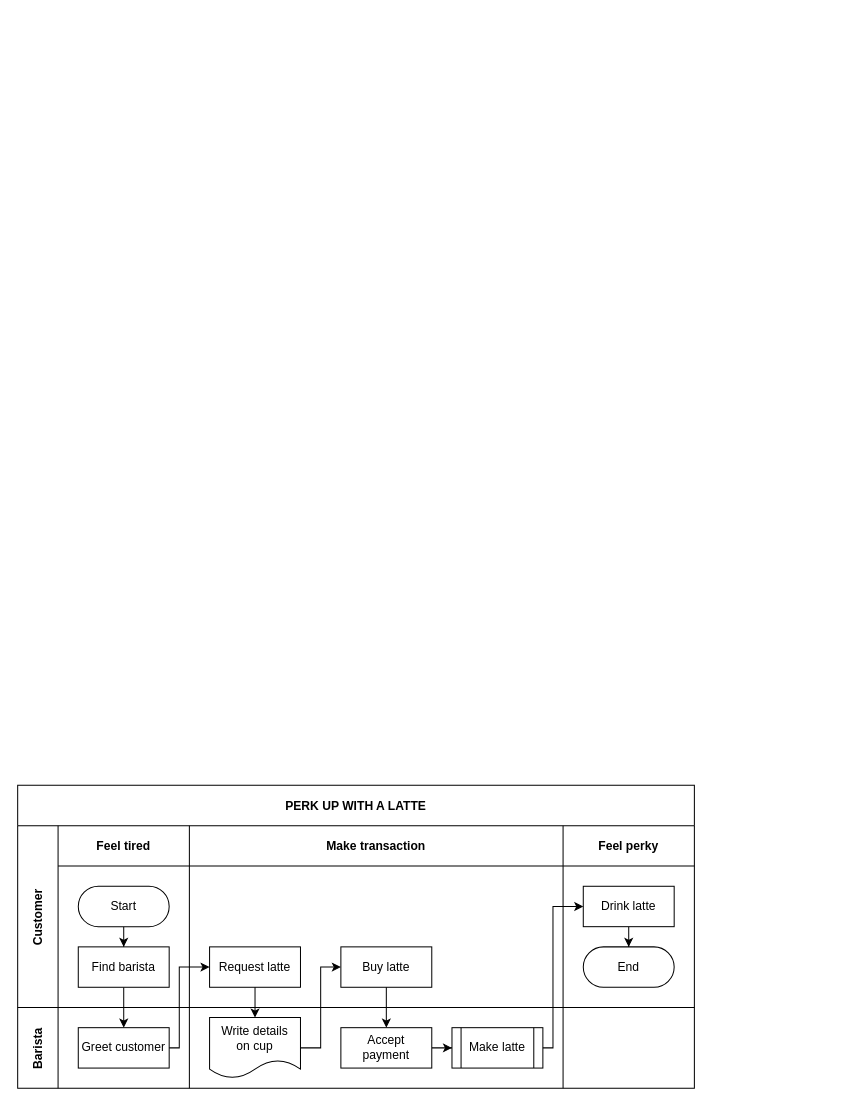
The draw.io diagram Diagrama de classe de uso1 Diagram.drawio in Ju300/teste, before the edit. Source tidied: cells renumbered, new cells numbered last; positions are measured from the earlier drawing's top-left corner, leaving out a move shared by most shapes. Both pictures are drawn from the tidied source at 101%, with x=0, y=0 at pixel (17, 785).
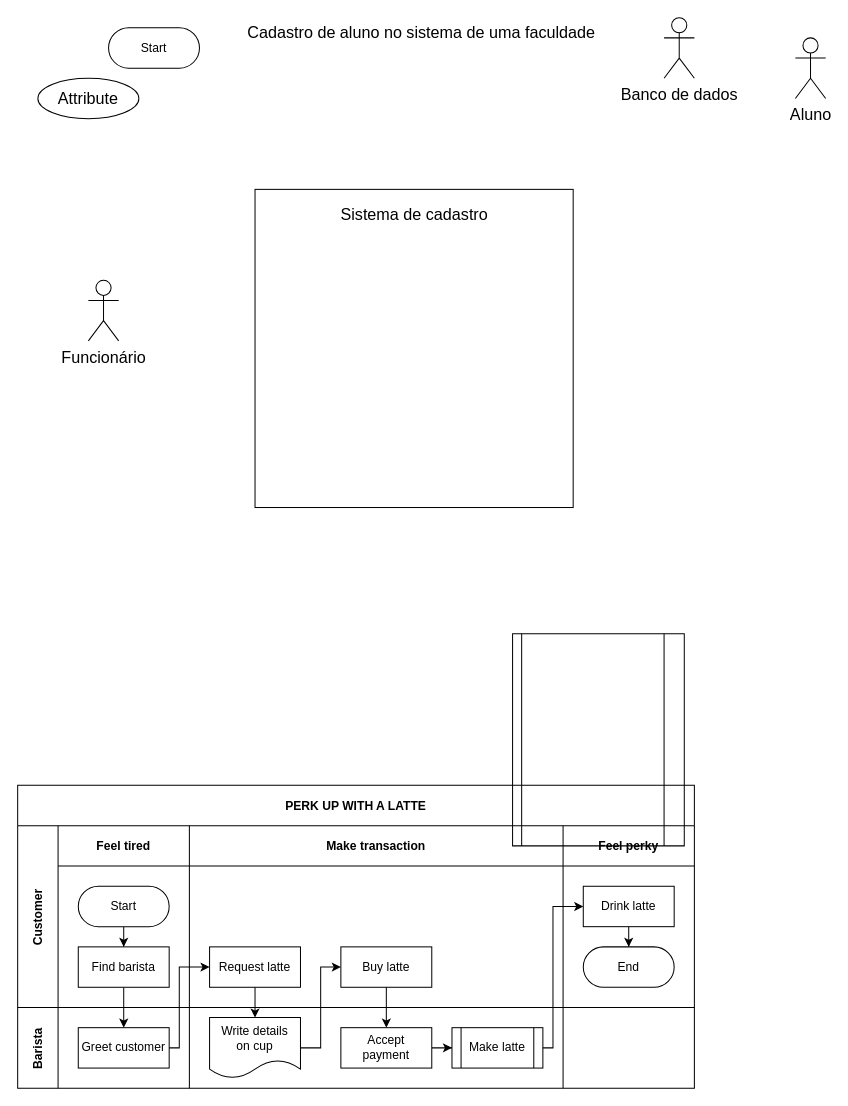
The same diagram, later.

What changed in the source:
```diff
@@
+    <mxCell id="30" value="Cadastro de aluno no sistema de uma faculdade" style="text;strokeColor=none;fillColor=none;html=1;align=center;verticalAlign=middle;whiteSpace=wrap;rounded=0;fontSize=16;" parent="1" vertex="1">
+      <mxGeometry x="170" y="-760" width="460" height="30" as="geometry" />
+    </mxCell>
+    <mxCell id="31" value="Aluno" style="shape=umlActor;verticalLabelPosition=bottom;verticalAlign=top;html=1;fontSize=16;" parent="1" vertex="1">
+      <mxGeometry x="770" y="-740" width="30" height="60" as="geometry" />
+    </mxCell>
+    <mxCell id="32" value="Funcionário" style="shape=umlActor;verticalLabelPosition=bottom;verticalAlign=top;html=1;fontSize=16;" parent="1" vertex="1">
+      <mxGeometry x="70" y="-500" width="30" height="60" as="geometry" />
+    </mxCell>
+    <mxCell id="33" value="Banco de dados" style="shape=umlActor;verticalLabelPosition=bottom;verticalAlign=top;html=1;fontSize=16;" parent="1" vertex="1">
+      <mxGeometry x="640" y="-760" width="30" height="60" as="geometry" />
+    </mxCell>
+    <mxCell id="34" style="shape=table;childLayout=tableLayout;startSize=0;fillColor=none;fontStyle=1;" parent="1" vertex="1">
+      <mxGeometry x="490" y="-150" width="170" height="210" as="geometry" />
+    </mxCell>
+    <mxCell id="35" style="shape=tableRow;horizontal=0;swimlaneHead=0;swimlaneBody=0;top=0;left=0;bottom=0;right=0;fillColor=none;startSize=0;fontStyle=1;" parent="34" vertex="1">
+      <mxGeometry width="170" height="210" as="geometry" />
+    </mxCell>
+    <mxCell id="36" style="swimlane;swimlaneHead=0;swimlaneBody=0;fillColor=none;startSize=0;fontStyle=1;" parent="35" vertex="1">
+      <mxGeometry width="9" height="210" as="geometry" />
+    </mxCell>
+    <mxCell id="37" style="swimlane;swimlaneHead=0;swimlaneBody=0;fillColor=none;startSize=0;fontStyle=1;" parent="35" vertex="1">
+      <mxGeometry x="9" width="141" height="210" as="geometry" />
+    </mxCell>
+    <mxCell id="38" style="swimlane;swimlaneHead=0;swimlaneBody=0;fillColor=none;startSize=0;fontStyle=1;" parent="35" vertex="1">
+      <mxGeometry x="150" width="20" height="210" as="geometry" />
+    </mxCell>
+    <mxCell id="39" value="Start" style="rounded=1;whiteSpace=wrap;html=1;arcSize=50;" parent="1" vertex="1">
+      <mxGeometry x="90" y="-750" width="90" height="40" as="geometry" />
+    </mxCell>
+    <mxCell id="40" style="whiteSpace=wrap;html=1;fontSize=16;" parent="1" vertex="1">
+      <mxGeometry x="235" y="-590" width="315" height="315" as="geometry" />
+    </mxCell>
+    <mxCell id="41" value="Sistema de cadastro" style="text;strokeColor=none;fillColor=none;html=1;align=center;verticalAlign=middle;whiteSpace=wrap;rounded=0;fontSize=16;" parent="1" vertex="1">
+      <mxGeometry x="292.5" y="-580" width="200" height="30" as="geometry" />
+    </mxCell>
+    <mxCell id="42" value="Attribute" style="ellipse;whiteSpace=wrap;html=1;align=center;fontSize=16;" parent="1" vertex="1">
+      <mxGeometry x="20" y="-700" width="100" height="40" as="geometry" />
+    </mxCell>
```
